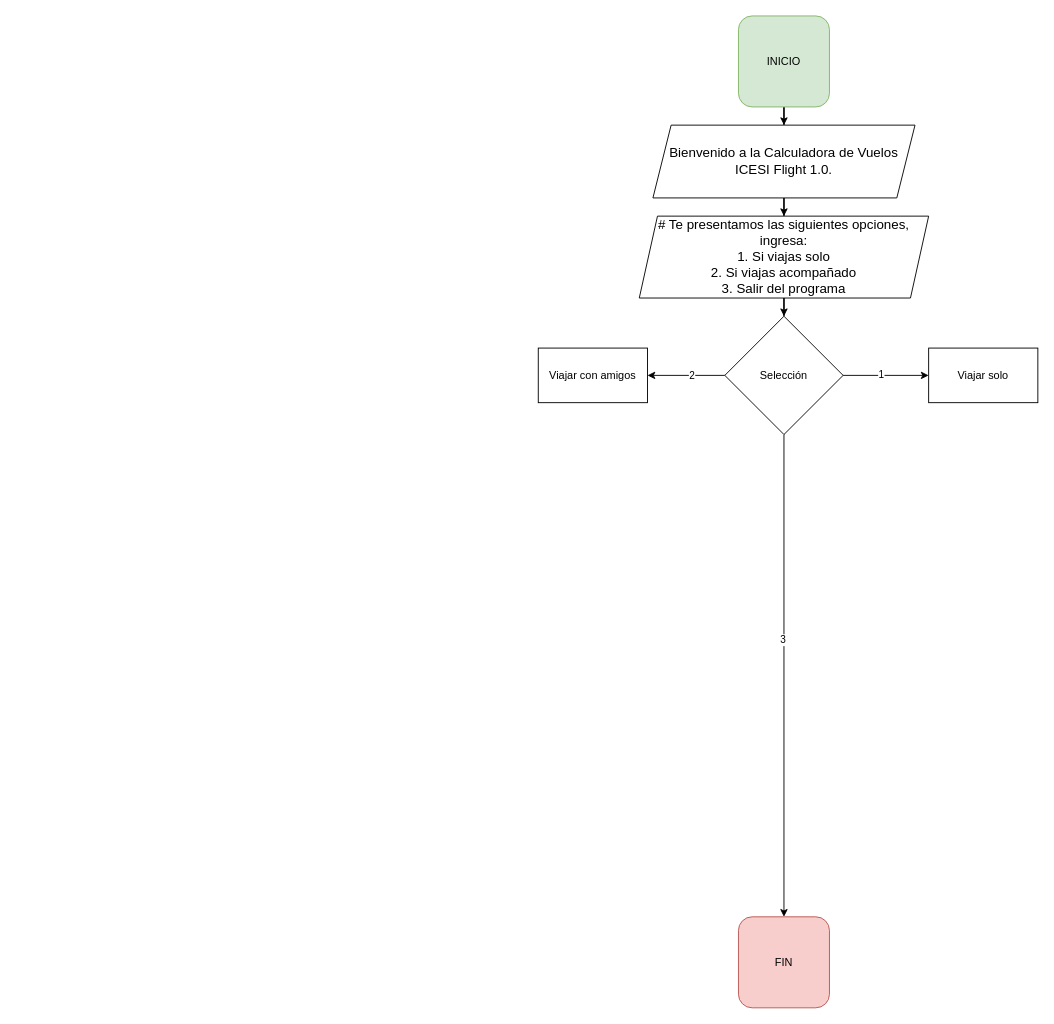
This is Diagrama sin título.drawio from sebasGeto/FlightCalculator, a draw.io file, before an edit. Source tidied: cells renumbered, new cells numbered last; positions are measured from the earlier drawing's top-left corner, leaving out a move shared by most shapes. Both pictures are drawn from the tidied source at 91%, with x=0, y=0 at pixel (538, 15).
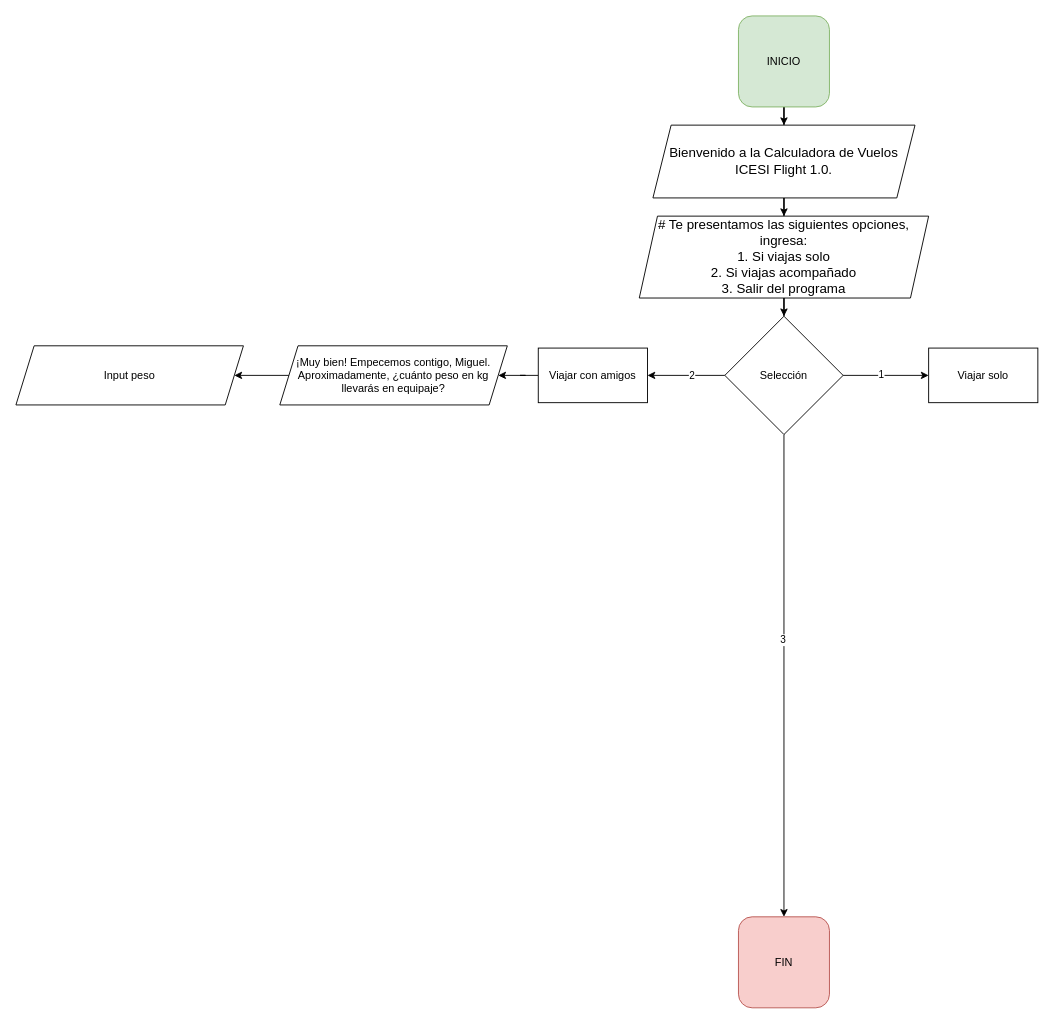
The same page after the edit.

The change refers to these unchanged cells:
```xml
<mxCell id="16" value="Viajar con amigos" style="whiteSpace=wrap;html=1;" parent="1" vertex="1">
  <mxGeometry y="365" width="120" height="60" as="geometry" />
</mxCell>
```

Change to the diagram source:
```diff
@@
+    <mxCell id="18" style="edgeStyle=orthogonalEdgeStyle;rounded=0;jettySize=auto;html=1;" parent="1" edge="1" source="16" target="20">
+      <mxGeometry relative="1" as="geometry" />
+    </mxCell>
@@
+    <mxCell id="19" style="edgeStyle=orthogonalEdgeStyle;rounded=0;jettySize=auto;html=1;" parent="1" edge="1" source="20" target="21">
+      <mxGeometry relative="1" as="geometry" />
+    </mxCell>
+    <mxCell id="20" value="¡Muy bien! Empecemos contigo, Miguel. Aproximadamente, ¿cuánto peso en kg llevarás en equipaje?" style="shape=parallelogram;perimeter=parallelogramPerimeter;whiteSpace=wrap;html=1;fixedSize=1;" parent="1" vertex="1">
+      <mxGeometry x="-284" y="362.5" width="250" height="65" as="geometry" />
+    </mxCell>
+    <mxCell id="21" value="Input peso" style="shape=parallelogram;perimeter=parallelogramPerimeter;whiteSpace=wrap;html=1;fixedSize=1;" parent="1" vertex="1">
+      <mxGeometry x="-574" y="362.5" width="250" height="65" as="geometry" />
+    </mxCell>
```
